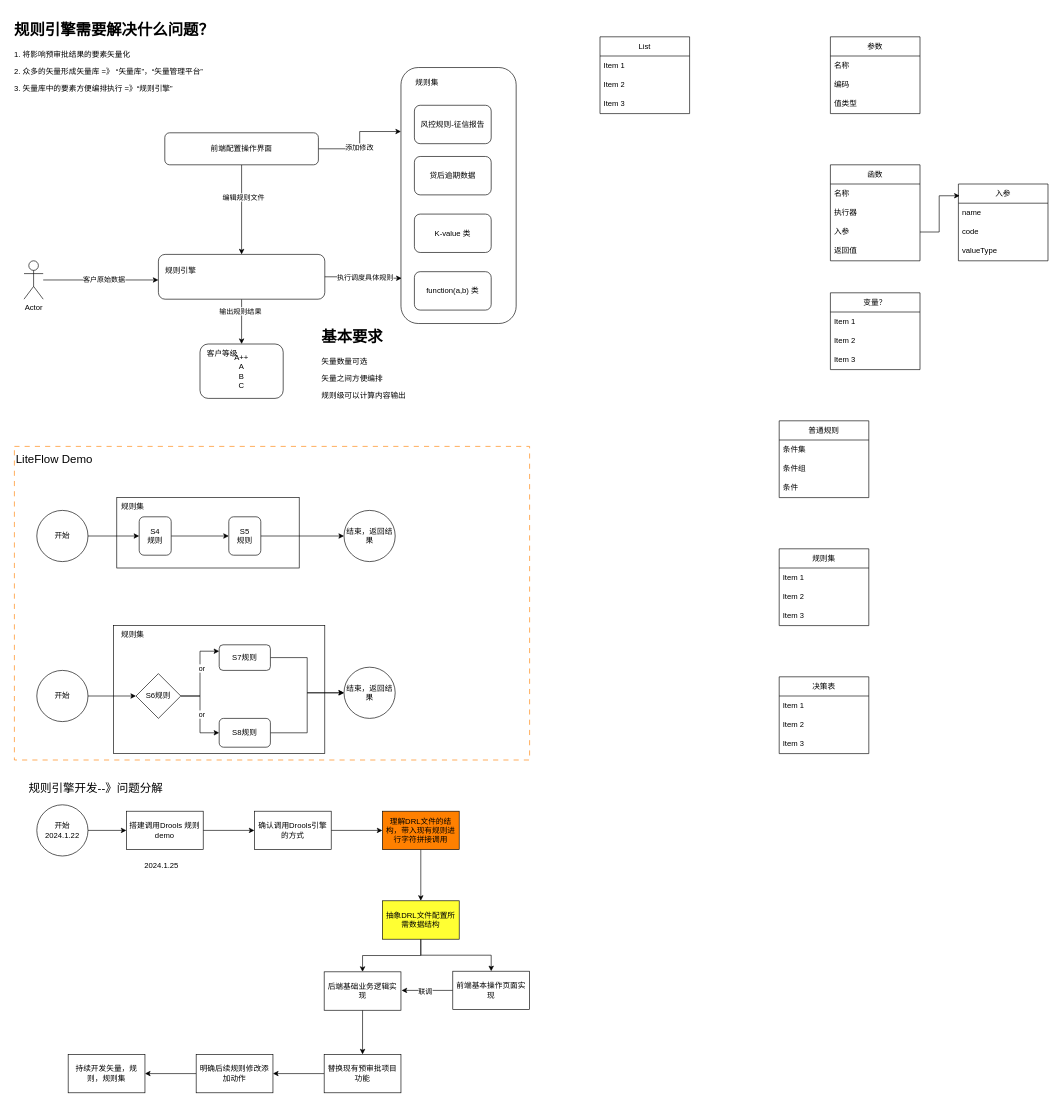
Earlier version of the draw.io diagram 规则引擎-规则集.drawio (XiongZen/QJReconstitution). Source tidied: cells renumbered, new cells numbered last; positions are measured from the earlier drawing's top-left corner, leaving out a move shared by most shapes. Both pictures are drawn from the tidied source at 64%, with x=0, y=0 at pixel (11, 17).
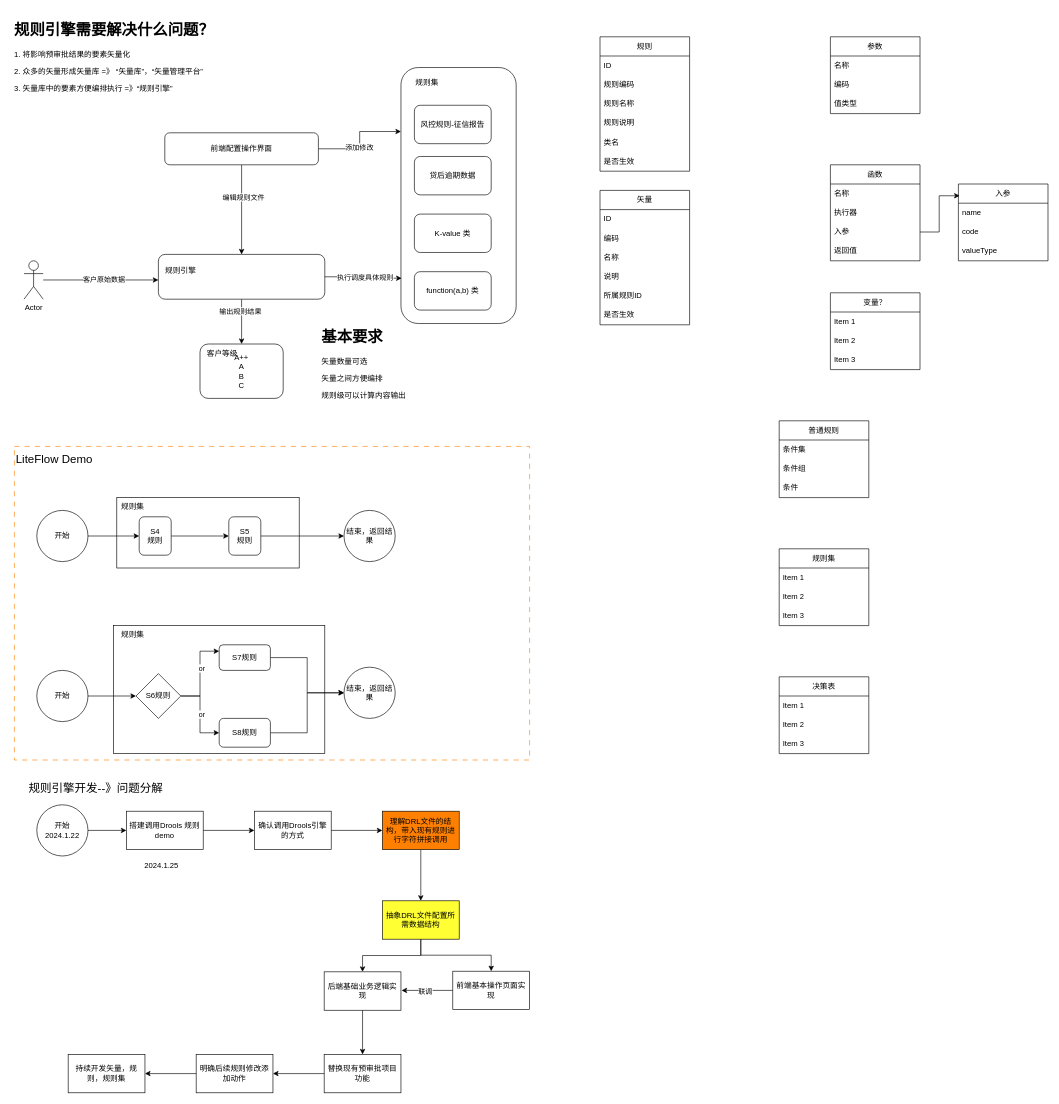
Above is the later version.

Commit message:
更新规则引擎-规则集.drawio

Change to the diagram source:
```diff
@@
-    <mxCell id="81" value="List" style="swimlane;fontStyle=0;horizontal=1;startSize=30;whiteSpace=wrap;html=1;" parent="1" vertex="1">
-      <mxGeometry x="920" y="30" width="140" height="120" as="geometry" />
+    <mxCell id="81" value="规则" style="swimlane;fontStyle=0;horizontal=1;startSize=30;whiteSpace=wrap;html=1;" parent="1" vertex="1">
+      <mxGeometry x="920" y="30" width="140" height="210" as="geometry" />
     </mxCell>
-    <mxCell id="82" value="Item 1" style="text;strokeColor=none;fillColor=none;align=left;verticalAlign=middle;spacingLeft=4;spacingRight=4;overflow=hidden;whiteSpace=wrap;html=1;" parent="81" vertex="1">
+    <mxCell id="82" value="ID" style="text;strokeColor=none;fillColor=none;align=left;verticalAlign=middle;spacingLeft=4;spacingRight=4;overflow=hidden;whiteSpace=wrap;html=1;" parent="81" vertex="1">
       <mxGeometry y="30" width="140" height="30" as="geometry" />
     </mxCell>
-    <mxCell id="83" value="Item 2" style="text;strokeColor=none;fillColor=none;align=left;verticalAlign=middle;spacingLeft=4;spacingRight=4;overflow=hidden;whiteSpace=wrap;html=1;" parent="81" vertex="1">
+    <mxCell id="83" value="规则编码" style="text;strokeColor=none;fillColor=none;align=left;verticalAlign=middle;spacingLeft=4;spacingRight=4;overflow=hidden;whiteSpace=wrap;html=1;" parent="81" vertex="1">
       <mxGeometry y="60" width="140" height="30" as="geometry" />
     </mxCell>
-    <mxCell id="84" value="Item 3" style="text;strokeColor=none;fillColor=none;align=left;verticalAlign=middle;spacingLeft=4;spacingRight=4;overflow=hidden;whiteSpace=wrap;html=1;" parent="81" vertex="1">
+    <mxCell id="84" value="规则名称" style="text;strokeColor=none;fillColor=none;align=left;verticalAlign=middle;spacingLeft=4;spacingRight=4;overflow=hidden;whiteSpace=wrap;html=1;" parent="81" vertex="1">
       <mxGeometry y="90" width="140" height="30" as="geometry" />
     </mxCell>
+    <mxCell id="108" value="规则说明" style="text;strokeColor=none;fillColor=none;align=left;verticalAlign=middle;spacingLeft=4;spacingRight=4;overflow=hidden;whiteSpace=wrap;html=1;" parent="81" vertex="1">
+      <mxGeometry y="120" width="140" height="30" as="geometry" />
+    </mxCell>
+    <mxCell id="109" value="类名" style="text;strokeColor=none;fillColor=none;align=left;verticalAlign=middle;spacingLeft=4;spacingRight=4;overflow=hidden;whiteSpace=wrap;html=1;" parent="81" vertex="1">
+      <mxGeometry y="150" width="140" height="30" as="geometry" />
+    </mxCell>
+    <mxCell id="110" value="是否生效" style="text;strokeColor=none;fillColor=none;align=left;verticalAlign=middle;spacingLeft=4;spacingRight=4;overflow=hidden;whiteSpace=wrap;html=1;" parent="81" vertex="1">
+      <mxGeometry y="180" width="140" height="30" as="geometry" />
+    </mxCell>
@@
+    <mxCell id="111" value="矢量" style="swimlane;fontStyle=0;horizontal=1;startSize=30;whiteSpace=wrap;html=1;" parent="1" vertex="1">
+      <mxGeometry x="920" y="270" width="140" height="210" as="geometry" />
+    </mxCell>
+    <mxCell id="112" value="ID" style="text;strokeColor=none;fillColor=none;align=left;verticalAlign=middle;spacingLeft=4;spacingRight=4;overflow=hidden;whiteSpace=wrap;html=1;" parent="111" vertex="1">
+      <mxGeometry y="30" width="140" height="30" as="geometry" />
+    </mxCell>
+    <mxCell id="113" value="编码" style="text;strokeColor=none;fillColor=none;align=left;verticalAlign=middle;spacingLeft=4;spacingRight=4;overflow=hidden;whiteSpace=wrap;html=1;" parent="111" vertex="1">
+      <mxGeometry y="60" width="140" height="30" as="geometry" />
+    </mxCell>
+    <mxCell id="114" value="名称" style="text;strokeColor=none;fillColor=none;align=left;verticalAlign=middle;spacingLeft=4;spacingRight=4;overflow=hidden;whiteSpace=wrap;html=1;" parent="111" vertex="1">
+      <mxGeometry y="90" width="140" height="30" as="geometry" />
+    </mxCell>
+    <mxCell id="115" value="说明" style="text;strokeColor=none;fillColor=none;align=left;verticalAlign=middle;spacingLeft=4;spacingRight=4;overflow=hidden;whiteSpace=wrap;html=1;" parent="111" vertex="1">
+      <mxGeometry y="120" width="140" height="30" as="geometry" />
+    </mxCell>
+    <mxCell id="116" value="所属规则ID" style="text;strokeColor=none;fillColor=none;align=left;verticalAlign=middle;spacingLeft=4;spacingRight=4;overflow=hidden;whiteSpace=wrap;html=1;" parent="111" vertex="1">
+      <mxGeometry y="150" width="140" height="30" as="geometry" />
+    </mxCell>
+    <mxCell id="117" value="是否生效" style="text;strokeColor=none;fillColor=none;align=left;verticalAlign=middle;spacingLeft=4;spacingRight=4;overflow=hidden;whiteSpace=wrap;html=1;" parent="111" vertex="1">
+      <mxGeometry y="180" width="140" height="30" as="geometry" />
+    </mxCell>
```
